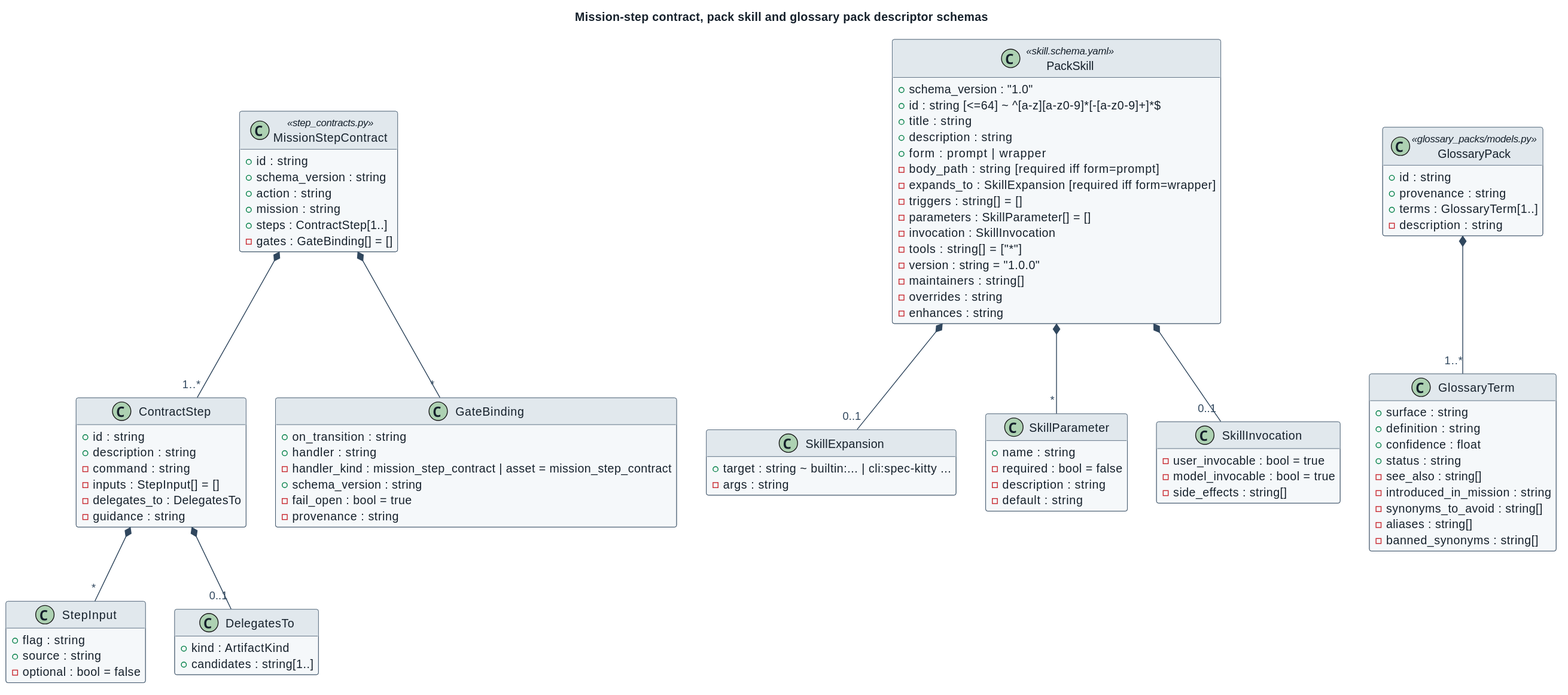
spec-kitty/spec-kitty-charter keeps this PlantUML diagram as docs/architecture/diagrams/descriptor-mission-skill-glossary.svg. Above is the earlier version.
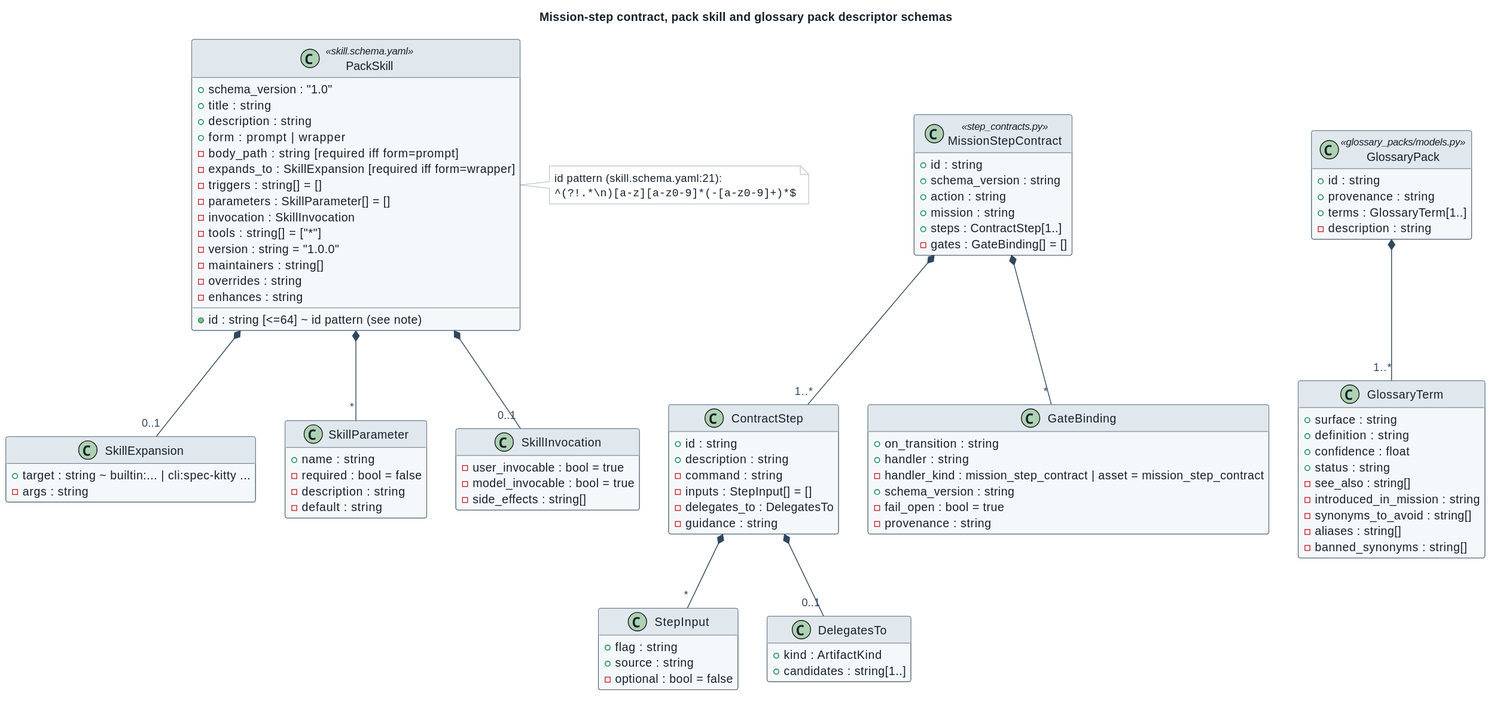
After the change.

Commit message:
docs(landing): align descriptor diagrams with core schemas

What changed in the source:
```diff
@@ -42,7 +42,7 @@
 
 class PackSkill <<skill.schema.yaml>> {
   + schema_version : "1.0"
-  + id : string [<=64] ~ ^[a-z][a-z0-9]*[-[a-z0-9]+]*$
+  + id : string [<=64] ~ id pattern (see note)
   + title : string
   + description : string
   + form : prompt | wrapper
@@ -94,4 +94,8 @@
   - banned_synonyms : string[]
 }
 GlossaryPack *-- "1..*" GlossaryTerm
+note right of PackSkill
+  id pattern (skill.schema.yaml:21):
+  ""^(?!.*<U+005C>n)[a-z][a-z0-9]*(-[a-z0-9]+)*$""
+end note
 @enduml
```
